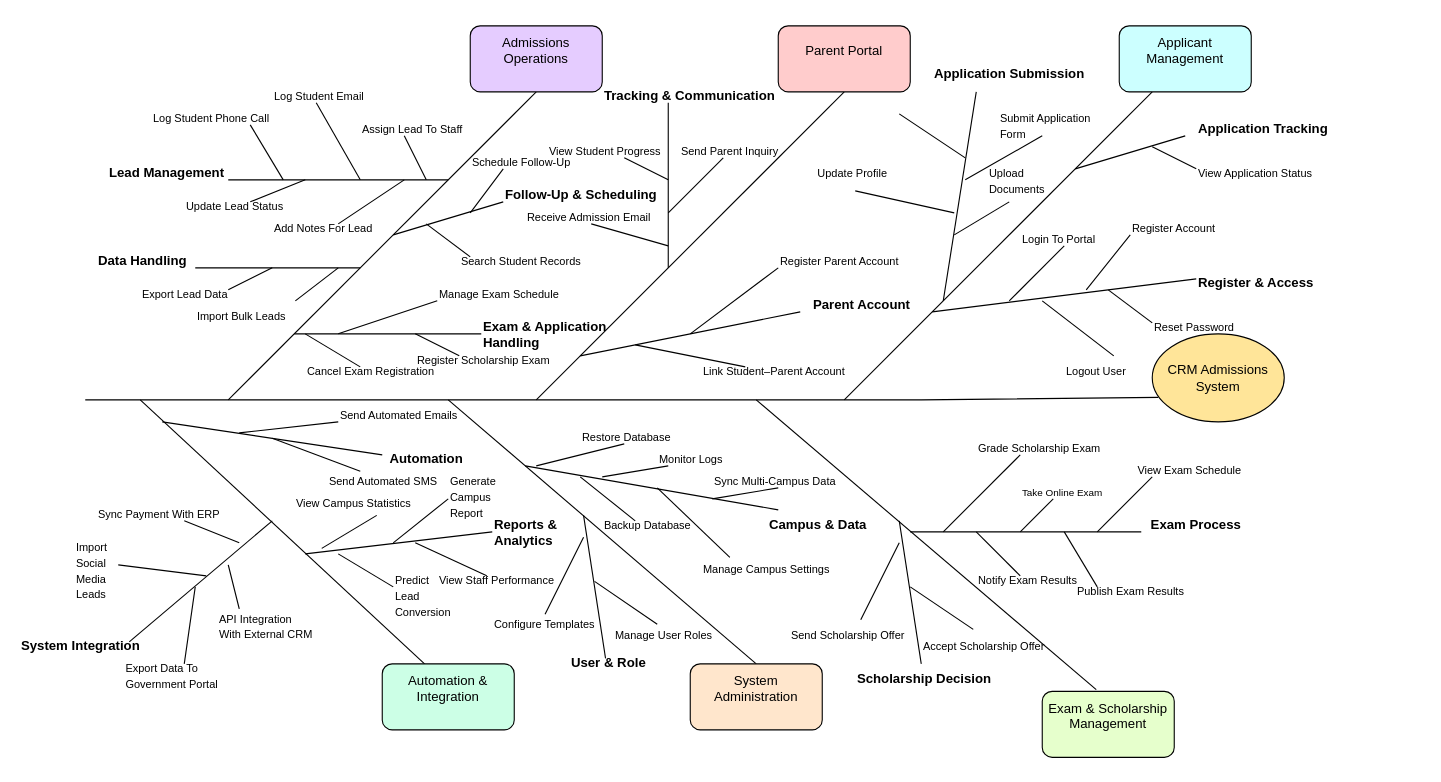
uyenbeo/uyenbeo keeps this draw.io diagram as page "Trang-2" (2 of 3) of Biểu đồ không có tiêu đề.drawio. Above is the earlier version. Source tidied: cells renumbered, new cells numbered last; positions are measured from the earlier drawing's top-left corner, leaving out a move shared by most shapes. Both pictures are drawn from the tidied source at 110%, with x=0, y=0 at pixel (19, 25).
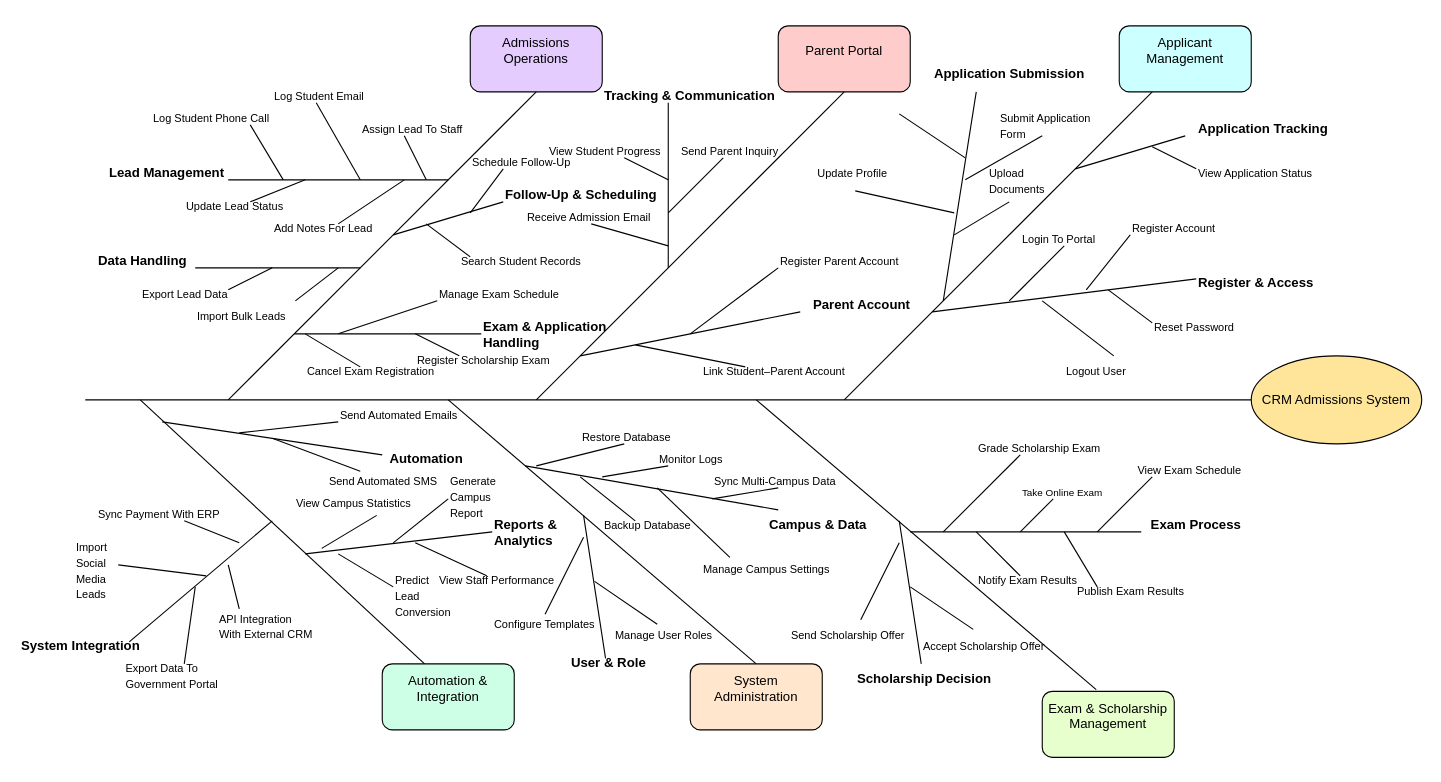
The same page after the edit.

Commit message:
Cập nhật Biểu đồ không có tiêu đề.drawio

The edit, as a diff of the source:
```diff
@@
     <mxCell id="2" value="CRM Admissions System" style="ellipse;whiteSpace=wrap;html=1;fillColor=#FFE599;" parent="1" vertex="1">
-      <mxGeometry x="1030" y="280" width="120" height="80" as="geometry" />
+      <mxGeometry x="1120" y="300" width="155" height="80" as="geometry" />
     </mxCell>
-    <mxCell id="3" style="endArrow=none;html=1;rounded=0;entryX=0.046;entryY=0.722;entryDx=0;entryDy=0;entryPerimeter=0;" parent="1" edge="1" target="2">
+    <mxCell id="3" style="endArrow=none;html=1;rounded=0;" parent="1" edge="1" target="2">
       <mxGeometry relative="1" as="geometry">
         <mxPoint x="60" y="340" as="sourcePoint" />
-        <Array as="points">
-          <mxPoint x="150" y="340" />
-          <mxPoint x="250" y="340" />
-          <mxPoint x="440" y="340" />
-          <mxPoint x="820" y="340" />
-        </Array>
       </mxGeometry>
     </mxCell>
```
